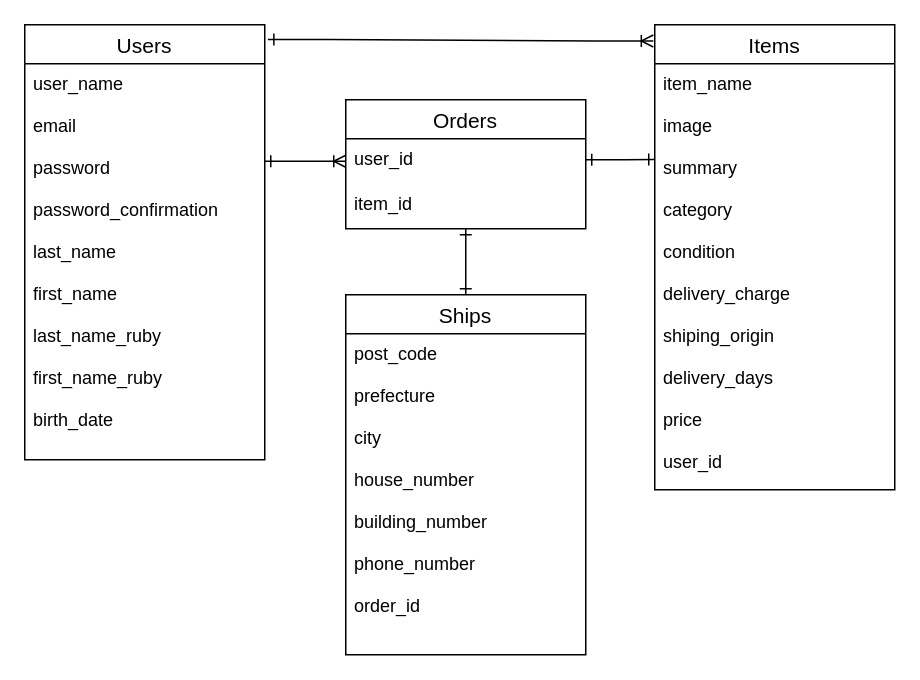
Earlier version of the draw.io diagram furima_ER.dio (iizun/furima-38724). Source tidied: cells renumbered, new cells numbered last; positions are measured from the earlier drawing's top-left corner, leaving out a move shared by most shapes. Both pictures are drawn from the tidied source at 150%, with x=0, y=0 at pixel (24, 24).
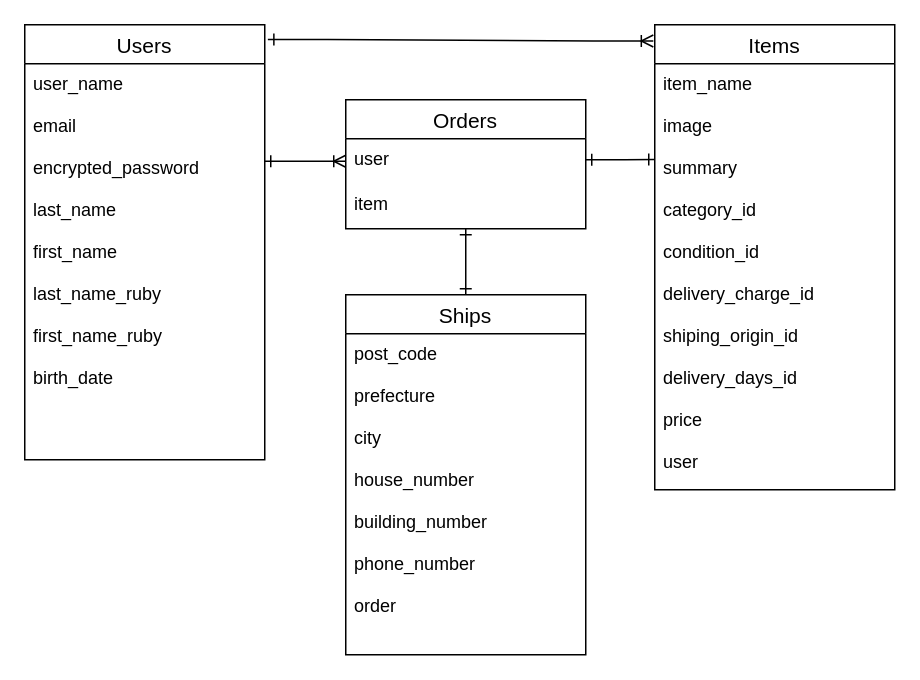
The same page after the edit.

Commit message (it also covers changes not shown here):
プルリクエストの修正指示を反映

The edit, as a diff of the source:
```diff
@@
 <mxGraphModel>
   <root>
     <mxCell id="0" />
     <mxCell id="1" parent="0" />
     <mxCell id="2" value="Orders" style="swimlane;fontStyle=0;horizontal=1;startSize=26;align=center;fontSize=14;" parent="1" vertex="1">
       <mxGeometry x="214" y="50" width="160" height="86" as="geometry" />
     </mxCell>
-    <mxCell id="3" value="user_id" style="text;strokeColor=none;fillColor=none;spacingLeft=4;spacingRight=4;overflow=hidden;points=[[0,0.5],[1,0.5]];portConstraint=eastwest;fontSize=12;" parent="2" vertex="1">
+    <mxCell id="3" value="user" style="text;strokeColor=none;fillColor=none;spacingLeft=4;spacingRight=4;overflow=hidden;points=[[0,0.5],[1,0.5]];portConstraint=eastwest;fontSize=12;" parent="2" vertex="1">
       <mxGeometry y="26" width="160" height="30" as="geometry" />
     </mxCell>
-    <mxCell id="4" value="item_id" style="text;strokeColor=none;fillColor=none;spacingLeft=4;spacingRight=4;overflow=hidden;points=[[0,0.5],[1,0.5]];portConstraint=eastwest;fontSize=12;" parent="2" vertex="1">
+    <mxCell id="4" value="item" style="text;strokeColor=none;fillColor=none;spacingLeft=4;spacingRight=4;overflow=hidden;points=[[0,0.5],[1,0.5]];portConstraint=eastwest;fontSize=12;" parent="2" vertex="1">
       <mxGeometry y="56" width="160" height="30" as="geometry" />
     </mxCell>
     <mxCell id="5" value="Users" style="swimlane;fontStyle=0;horizontal=1;startSize=26;align=center;fontSize=14;" parent="1" vertex="1">
       <mxGeometry width="160" height="290" as="geometry" />
     </mxCell>
-    <mxCell id="6" value="user_name&#10;&#10;email&#10;&#10;password&#10;&#10;password_confirmation&#10;&#10;last_name&#10;&#10;first_name&#10;&#10;last_name_ruby&#10;&#10;first_name_ruby&#10;&#10;birth_date" style="text;strokeColor=none;fillColor=none;spacingLeft=4;spacingRight=4;overflow=hidden;fontSize=12;" parent="5" vertex="1">
+    <mxCell id="6" value="user_name&#10;&#10;email&#10;&#10;encrypted_password&#10;&#10;last_name&#10;&#10;first_name&#10;&#10;last_name_ruby&#10;&#10;first_name_ruby&#10;&#10;birth_date" style="text;strokeColor=none;fillColor=none;spacingLeft=4;spacingRight=4;overflow=hidden;fontSize=12;" parent="5" vertex="1">
       <mxGeometry y="26" width="160" height="264" as="geometry" />
     </mxCell>
     <mxCell id="7" value="Items" style="swimlane;fontStyle=0;horizontal=1;startSize=26;align=center;fontSize=14;" parent="1" vertex="1">
       <mxGeometry x="420" width="160" height="310" as="geometry" />
     </mxCell>
-    <mxCell id="8" value="item_name&#10;&#10;image&#10;&#10;summary&#10;&#10;category&#10;&#10;condition&#10;&#10;delivery_charge&#10;&#10;shiping_origin&#10;&#10;delivery_days&#10;&#10;price&#10;&#10;user_id" style="text;strokeColor=none;fillColor=none;spacingLeft=4;spacingRight=4;overflow=hidden;points=[[0,0.5],[1,0.5]];portConstraint=eastwest;fontSize=12;" parent="7" vertex="1">
+    <mxCell id="8" value="item_name&#10;&#10;image&#10;&#10;summary&#10;&#10;category_id&#10;&#10;condition_id&#10;&#10;delivery_charge_id&#10;&#10;shiping_origin_id&#10;&#10;delivery_days_id&#10;&#10;price&#10;&#10;user" style="text;strokeColor=none;fillColor=none;spacingLeft=4;spacingRight=4;overflow=hidden;points=[[0,0.5],[1,0.5]];portConstraint=eastwest;fontSize=12;" parent="7" vertex="1">
       <mxGeometry y="26" width="160" height="284" as="geometry" />
     </mxCell>
     <mxCell id="9" value="Ships" style="swimlane;fontStyle=0;horizontal=1;startSize=26;align=center;fontSize=14;" parent="1" vertex="1">
       <mxGeometry x="214" y="180" width="160" height="240" as="geometry" />
     </mxCell>
-    <mxCell id="10" value="post_code&#10;&#10;prefecture&#10;&#10;city&#10;&#10;house_number&#10;&#10;building_number&#10;&#10;phone_number&#10;&#10;order_id" style="text;strokeColor=none;fillColor=none;spacingLeft=4;spacingRight=4;overflow=hidden;fontSize=12;" parent="9" vertex="1">
+    <mxCell id="10" value="post_code&#10;&#10;prefecture&#10;&#10;city&#10;&#10;house_number&#10;&#10;building_number&#10;&#10;phone_number&#10;&#10;order" style="text;strokeColor=none;fillColor=none;spacingLeft=4;spacingRight=4;overflow=hidden;fontSize=12;" parent="9" vertex="1">
       <mxGeometry y="26" width="160" height="214" as="geometry" />
     </mxCell>
     <mxCell id="11" style="edgeStyle=entityRelationEdgeStyle;fontSize=12;html=1;endArrow=ERoneToMany;exitX=1.013;exitY=0.034;exitDx=0;exitDy=0;exitPerimeter=0;entryX=-0.006;entryY=0.035;entryDx=0;entryDy=0;entryPerimeter=0;startArrow=ERone;startFill=0;" parent="1" edge="1" source="5" target="7">
       <mxGeometry relative="1" as="geometry" />
     </mxCell>
     <mxCell id="12" style="edgeStyle=entityRelationEdgeStyle;fontSize=12;html=1;endArrow=ERoneToMany;entryX=0;entryY=0.5;entryDx=0;entryDy=0;startArrow=ERone;startFill=0;" parent="1" edge="1" target="3">
       <mxGeometry relative="1" as="geometry">
         <mxPoint x="160" y="91" as="sourcePoint" />
       </mxGeometry>
     </mxCell>
     <mxCell id="13" style="edgeStyle=entityRelationEdgeStyle;fontSize=12;html=1;endArrow=ERone;strokeColor=default;startArrow=ERone;startFill=0;endFill=0;entryX=0;entryY=0.225;entryDx=0;entryDy=0;entryPerimeter=0;" parent="1" edge="1" target="8">
       <mxGeometry relative="1" as="geometry">
         <mxPoint x="374" y="90" as="sourcePoint" />
       </mxGeometry>
     </mxCell>
     <mxCell id="14" style="endArrow=ERone;html=1;rounded=0;strokeColor=default;entryX=0.5;entryY=0;entryDx=0;entryDy=0;exitX=0.5;exitY=1;exitDx=0;exitDy=0;exitPerimeter=0;startArrow=ERone;startFill=0;endFill=0;" parent="1" edge="1" source="4" target="9">
       <mxGeometry relative="1" as="geometry" />
     </mxCell>
   </root>
 </mxGraphModel>
```
